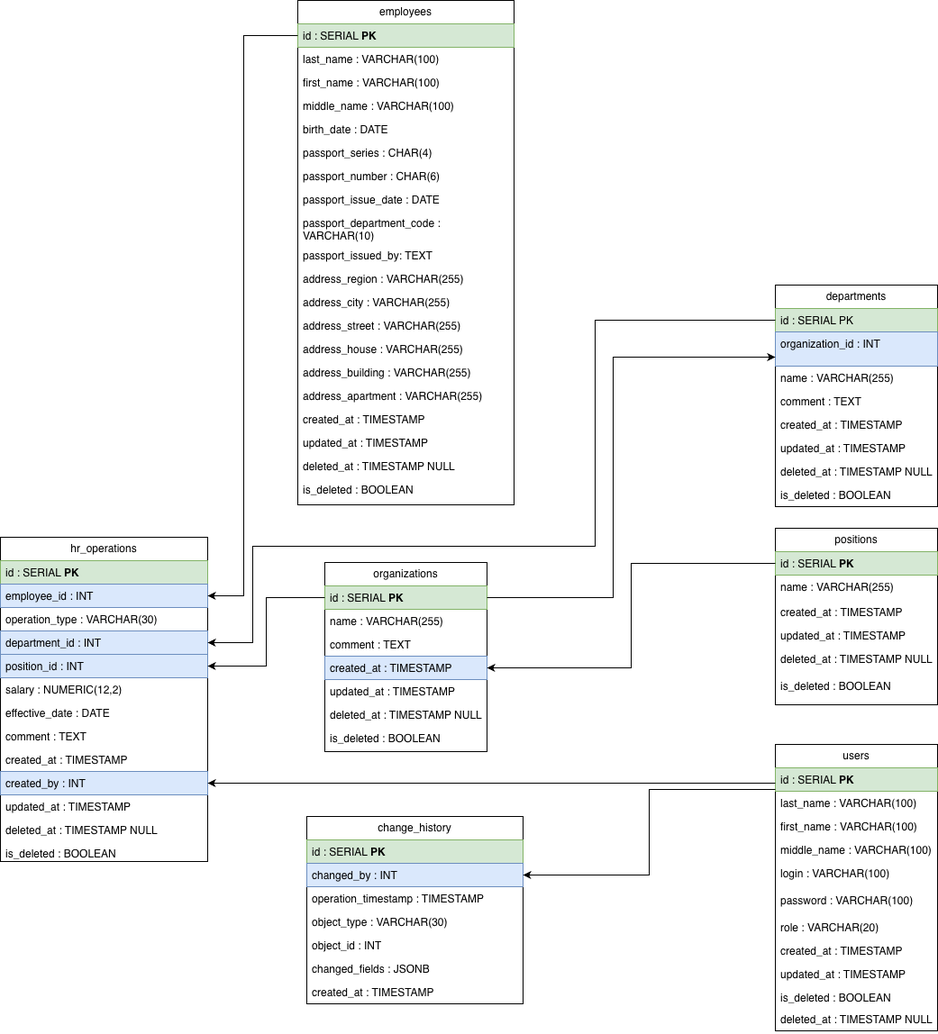
Above: db-schema/schema.png in Dyr1kk/-areal-hr_ext-test (draw.io), before the change. Source tidied: cells renumbered, new cells last; positions are measured from the earlier drawing's top-left corner, leaving out a move shared by most shapes.
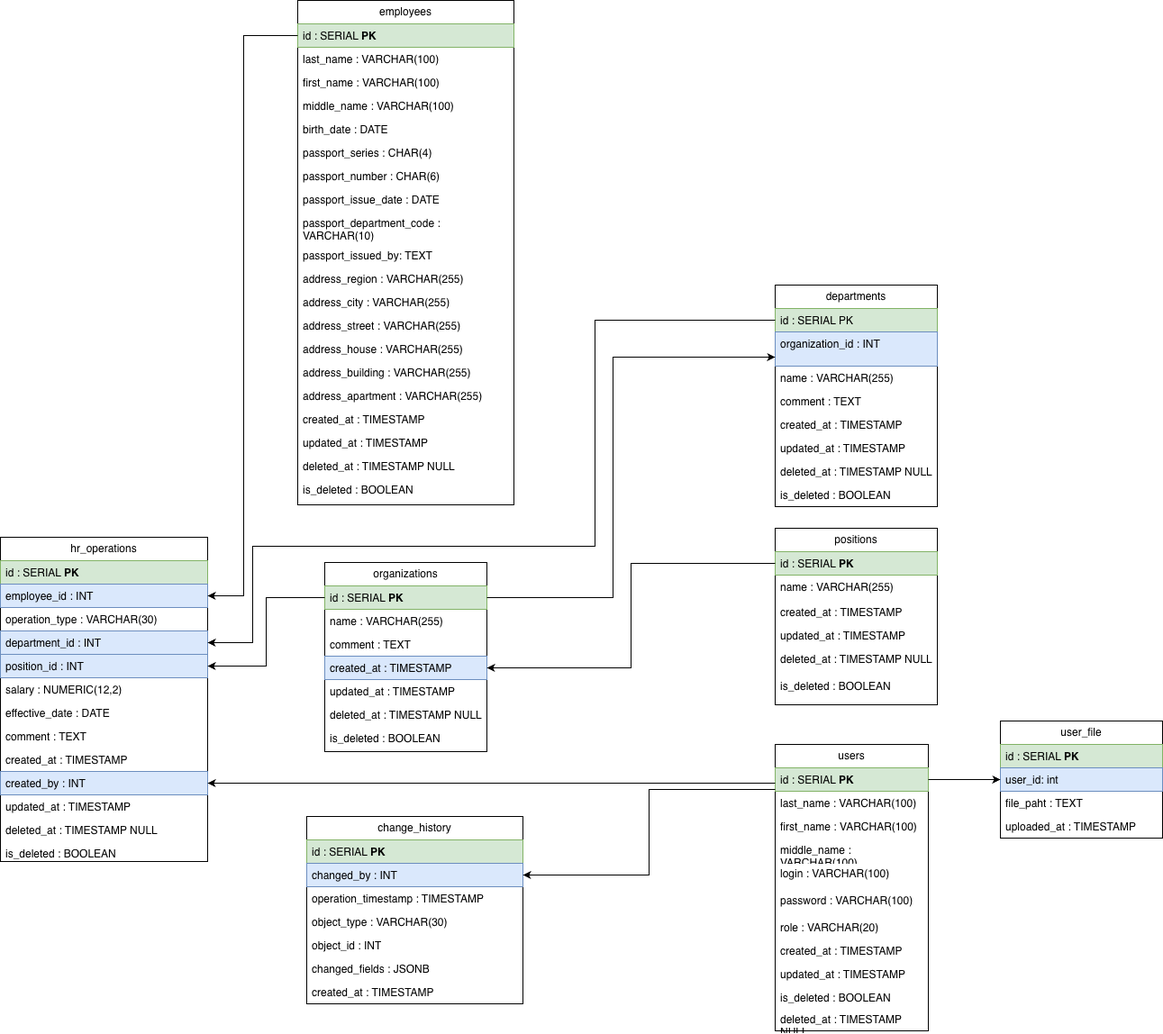
After the change.

What changed in the source:
```diff
@@ -3,40 +3,40 @@
     <mxCell id="0" />
     <mxCell id="1" parent="0" />
     <mxCell id="2" value="users" style="swimlane;fontStyle=0;horizontal=1;startSize=26;fillColor=none;whiteSpace=wrap;html=1;" parent="1" vertex="1">
-      <mxGeometry x="860" y="826" width="180" height="318" as="geometry" />
+      <mxGeometry x="860" y="826" width="170" height="318" as="geometry" />
     </mxCell>
     <mxCell id="3" value="id : SERIAL &lt;b&gt;PK&lt;/b&gt;" style="text;strokeColor=#82b366;fillColor=#d5e8d4;align=left;verticalAlign=top;spacingLeft=4;spacingRight=4;overflow=hidden;points=[[0,0.5],[1,0.5]];portConstraint=eastwest;whiteSpace=wrap;html=1;" parent="2" vertex="1">
-      <mxGeometry y="26" width="180" height="26" as="geometry" />
+      <mxGeometry y="26" width="170" height="26" as="geometry" />
     </mxCell>
     <mxCell id="4" value="last_name : VARCHAR(100)" style="text;strokeColor=none;fillColor=none;align=left;verticalAlign=top;spacingLeft=4;spacingRight=4;overflow=hidden;whiteSpace=wrap;html=1;" parent="2" vertex="1">
-      <mxGeometry y="52" width="180" height="26" as="geometry" />
+      <mxGeometry y="52" width="170" height="26" as="geometry" />
     </mxCell>
     <mxCell id="5" value="first_name : VARCHAR(100)" style="text;strokeColor=none;fillColor=none;align=left;verticalAlign=top;spacingLeft=4;spacingRight=4;overflow=hidden;whiteSpace=wrap;html=1;" parent="2" vertex="1">
-      <mxGeometry y="78" width="180" height="26" as="geometry" />
+      <mxGeometry y="78" width="170" height="26" as="geometry" />
     </mxCell>
     <mxCell id="6" value="middle_name : VARCHAR(100)" style="text;strokeColor=none;fillColor=none;align=left;verticalAlign=top;spacingLeft=4;spacingRight=4;overflow=hidden;whiteSpace=wrap;html=1;" parent="2" vertex="1">
-      <mxGeometry y="104" width="180" height="26" as="geometry" />
+      <mxGeometry y="104" width="170" height="26" as="geometry" />
     </mxCell>
     <mxCell id="7" value="login : VARCHAR(100)&lt;div&gt;&lt;br&gt;&lt;/div&gt;" style="text;strokeColor=none;fillColor=none;align=left;verticalAlign=top;spacingLeft=4;spacingRight=4;overflow=hidden;whiteSpace=wrap;html=1;" parent="2" vertex="1">
-      <mxGeometry y="130" width="180" height="30" as="geometry" />
+      <mxGeometry y="130" width="170" height="30" as="geometry" />
     </mxCell>
     <mxCell id="8" value="password : VARCHAR(100)&lt;div&gt;&lt;br&gt;&lt;/div&gt;" style="text;strokeColor=none;fillColor=none;align=left;verticalAlign=top;spacingLeft=4;spacingRight=4;overflow=hidden;whiteSpace=wrap;html=1;" parent="2" vertex="1">
-      <mxGeometry y="160" width="180" height="30" as="geometry" />
+      <mxGeometry y="160" width="170" height="30" as="geometry" />
     </mxCell>
     <mxCell id="9" value="role : VARCHAR(20)" style="text;strokeColor=none;fillColor=none;align=left;verticalAlign=top;spacingLeft=4;spacingRight=4;overflow=hidden;whiteSpace=wrap;html=1;" parent="2" vertex="1">
-      <mxGeometry y="190" width="180" height="26" as="geometry" />
+      <mxGeometry y="190" width="170" height="26" as="geometry" />
     </mxCell>
     <mxCell id="10" value="created_at : TIMESTAMP" style="text;strokeColor=none;fillColor=none;align=left;verticalAlign=top;spacingLeft=4;spacingRight=4;overflow=hidden;whiteSpace=wrap;html=1;" parent="2" vertex="1">
-      <mxGeometry y="216" width="180" height="26" as="geometry" />
+      <mxGeometry y="216" width="170" height="26" as="geometry" />
     </mxCell>
     <mxCell id="11" value="updated_at : TIMESTAMP" style="text;strokeColor=none;fillColor=none;align=left;verticalAlign=top;spacingLeft=4;spacingRight=4;overflow=hidden;whiteSpace=wrap;html=1;" parent="2" vertex="1">
-      <mxGeometry y="242" width="180" height="26" as="geometry" />
+      <mxGeometry y="242" width="170" height="26" as="geometry" />
     </mxCell>
     <mxCell id="12" value="is_deleted : BOOLEAN" style="text;strokeColor=none;fillColor=none;align=left;verticalAlign=top;spacingLeft=4;spacingRight=4;overflow=hidden;whiteSpace=wrap;html=1;" parent="2" vertex="1">
-      <mxGeometry y="268" width="180" height="24" as="geometry" />
+      <mxGeometry y="268" width="170" height="24" as="geometry" />
     </mxCell>
     <mxCell id="13" value="deleted_at : TIMESTAMP NULL" style="text;strokeColor=none;fillColor=none;align=left;verticalAlign=top;spacingLeft=4;spacingRight=4;overflow=hidden;whiteSpace=wrap;html=1;" parent="2" vertex="1">
-      <mxGeometry y="292" width="180" height="26" as="geometry" />
+      <mxGeometry y="292" width="170" height="26" as="geometry" />
     </mxCell>
     <mxCell id="14" value="departments" style="swimlane;fontStyle=0;horizontal=1;startSize=26;fillColor=none;whiteSpace=wrap;html=1;" parent="1" vertex="1">
       <mxGeometry x="860" y="316" width="180" height="246" as="geometry" />
@@ -287,5 +287,23 @@
         </Array>
       </mxGeometry>
     </mxCell>
+    <mxCell id="88" value="user_file" style="swimlane;fontStyle=0;horizontal=1;startSize=26;fillColor=none;whiteSpace=wrap;html=1;" parent="1" vertex="1">
+      <mxGeometry x="1110" y="800" width="180" height="130" as="geometry" />
+    </mxCell>
+    <mxCell id="89" value="id : SERIAL &lt;b&gt;PK&lt;/b&gt;" style="text;strokeColor=#82b366;fillColor=#d5e8d4;align=left;verticalAlign=top;spacingLeft=4;spacingRight=4;overflow=hidden;whiteSpace=wrap;html=1;" parent="88" vertex="1">
+      <mxGeometry y="26" width="180" height="26" as="geometry" />
+    </mxCell>
+    <mxCell id="90" value="user_id: int" style="text;strokeColor=#6c8ebf;fillColor=#dae8fc;align=left;verticalAlign=top;spacingLeft=4;spacingRight=4;overflow=hidden;whiteSpace=wrap;html=1;" parent="88" vertex="1">
+      <mxGeometry y="52" width="180" height="26" as="geometry" />
+    </mxCell>
+    <mxCell id="91" value="file_paht : TEXT" style="text;strokeColor=none;fillColor=none;align=left;verticalAlign=top;spacingLeft=4;spacingRight=4;overflow=hidden;whiteSpace=wrap;html=1;" parent="88" vertex="1">
+      <mxGeometry y="78" width="180" height="26" as="geometry" />
+    </mxCell>
+    <mxCell id="92" value="uploaded_at : TIMESTAMP" style="text;strokeColor=none;fillColor=none;align=left;verticalAlign=top;spacingLeft=4;spacingRight=4;overflow=hidden;whiteSpace=wrap;html=1;" parent="88" vertex="1">
+      <mxGeometry y="104" width="180" height="26" as="geometry" />
+    </mxCell>
+    <mxCell id="93" style="edgeStyle=orthogonalEdgeStyle;rounded=0;jettySize=auto;html=1;entryX=0;entryY=0.5;entryDx=0;entryDy=0;" parent="1" edge="1" source="3" target="88">
+      <mxGeometry relative="1" as="geometry" />
+    </mxCell>
   </root>
 </mxGraphModel>
```
